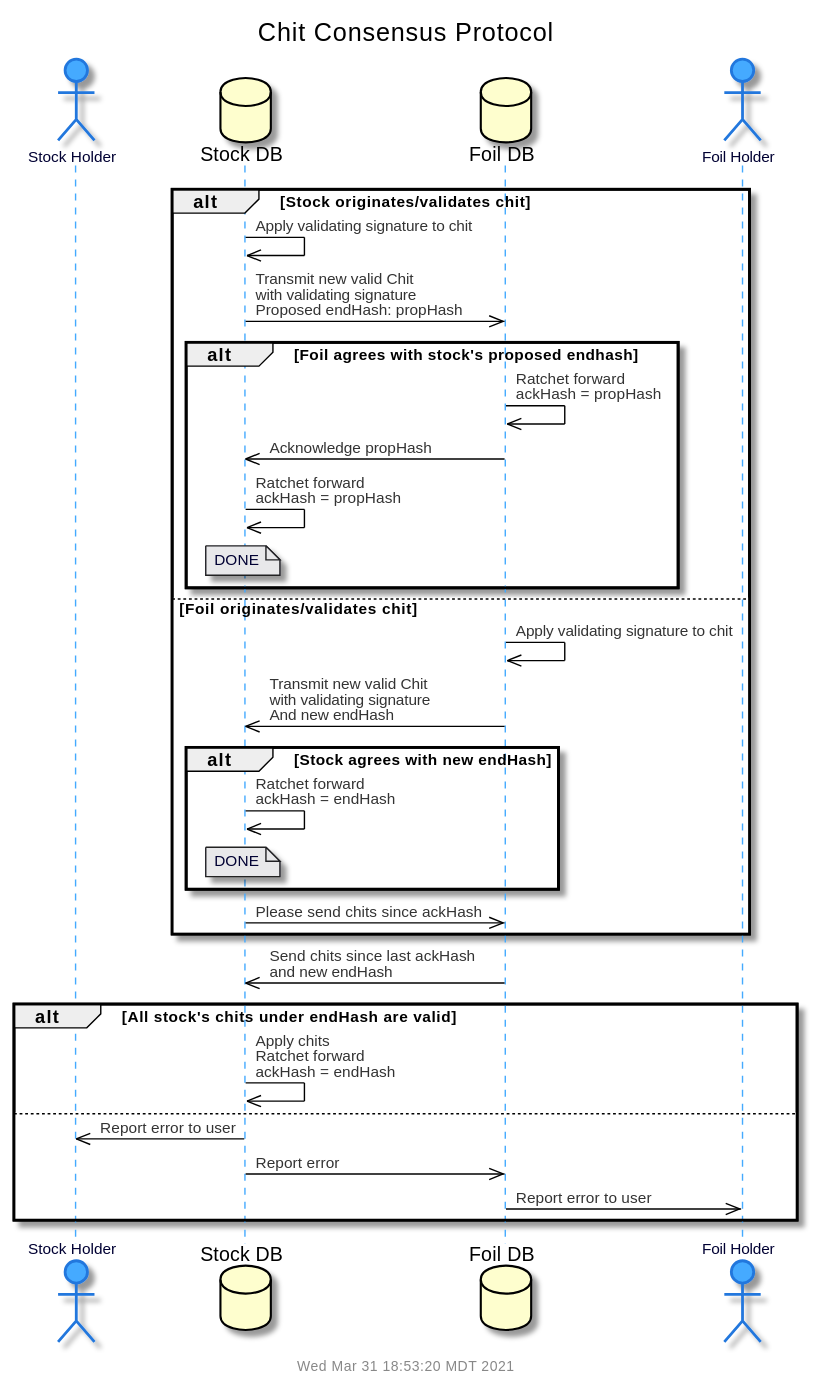
Above: doc/uml/seq-cons.svg in gotchoices/MyCHIPs (PlantUML), before the change. Source of this version:
```plantuml
@startuml
!include common.puml
$title(Chit Consensus Protocol)
actor "Stock Holder" as vendor
database "Stock DB" as stock
database "Foil DB" as foil
actor "Foil Holder" as client

alt Stock originates/validates chit
  stock		->>	stock:		Apply validating signature to chit
  stock		->>	foil:		Transmit new valid Chit\nwith validating signature\nProposed endHash: propHash

  alt Foil agrees with stock's proposed endhash
    foil		->>	foil:		Ratchet forward\nackHash = propHash
    foil		->>	stock:		Acknowledge propHash
    stock		->>	stock:		Ratchet forward\nackHash = propHash
    note over stock: DONE
  end

else Foil originates/validates chit
  foil		->>	foil:		Apply validating signature to chit
  foil		->>	stock:		Transmit new valid Chit\nwith validating signature\nAnd new endHash

  alt Stock agrees with new endHash
    stock		->>	stock:		Ratchet forward\nackHash = endHash
    note over stock: DONE
  end

  stock		->>	foil:		Please send chits since ackHash
end

foil		->>	stock:		Send chits since last ackHash\nand new endHash

alt All stock's chits under endHash are valid
  stock		->>	stock:		Apply chits\nRatchet forward\nackHash = endHash
else
  stock		->>	vendor:		Report error to user
  stock		->>	foil:		Report error
  foil		->>	client:		Report error to user
end

@enduml
```
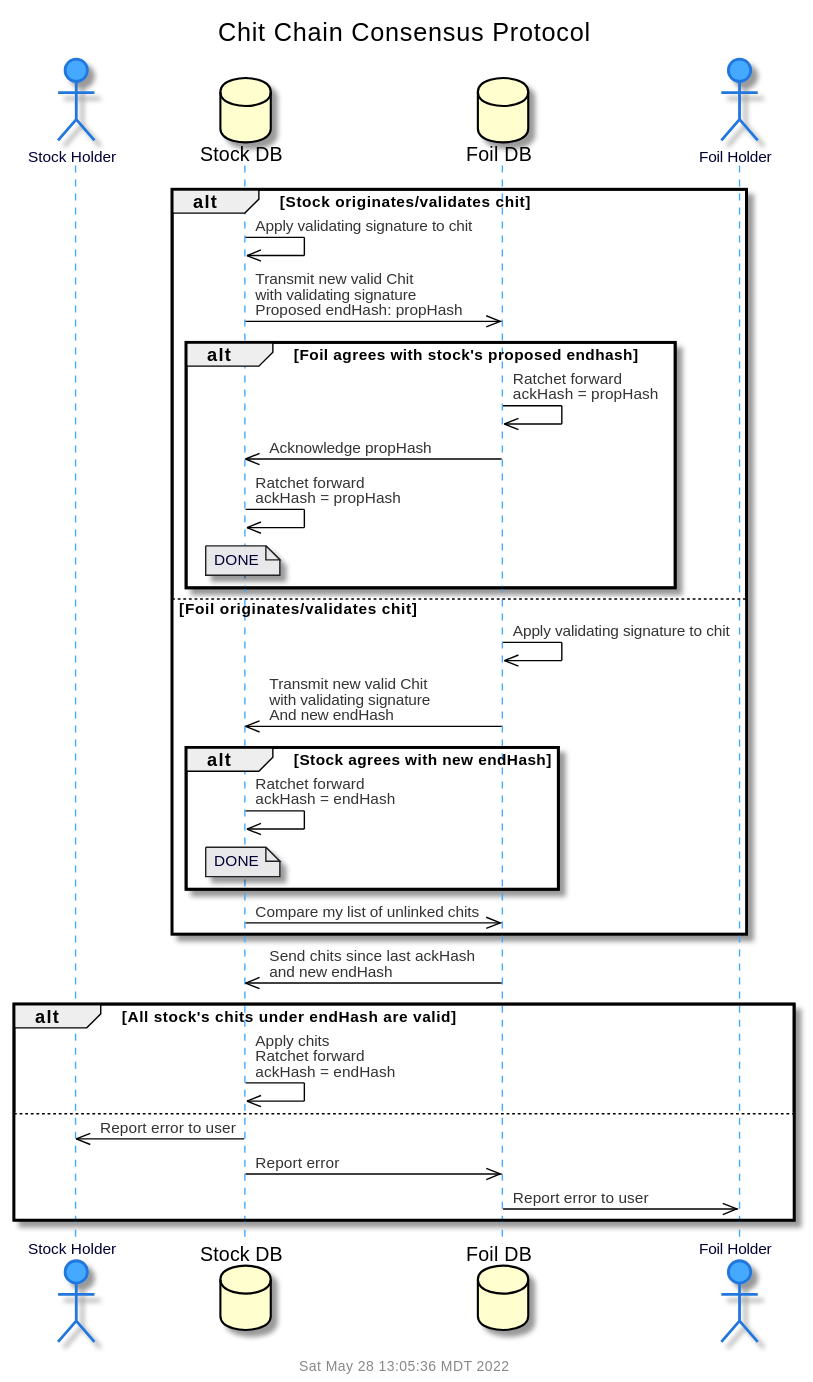
The same file after the commit.

The edit, as a diff of the source:
```diff
@@ -1,6 +1,6 @@
 @startuml
 !include common.puml
-$title(Chit Consensus Protocol)
+$title(Chit Chain Consensus Protocol)
 actor "Stock Holder" as vendor
 database "Stock DB" as stock
 database "Foil DB" as foil
@@ -26,7 +26,7 @@
     note over stock: DONE
   end
 
-  stock		->>	foil:		Please send chits since ackHash
+  stock		->>	foil:		Compare my list of unlinked chits
 end
 
 foil		->>	stock:		Send chits since last ackHash\nand new endHash
```
